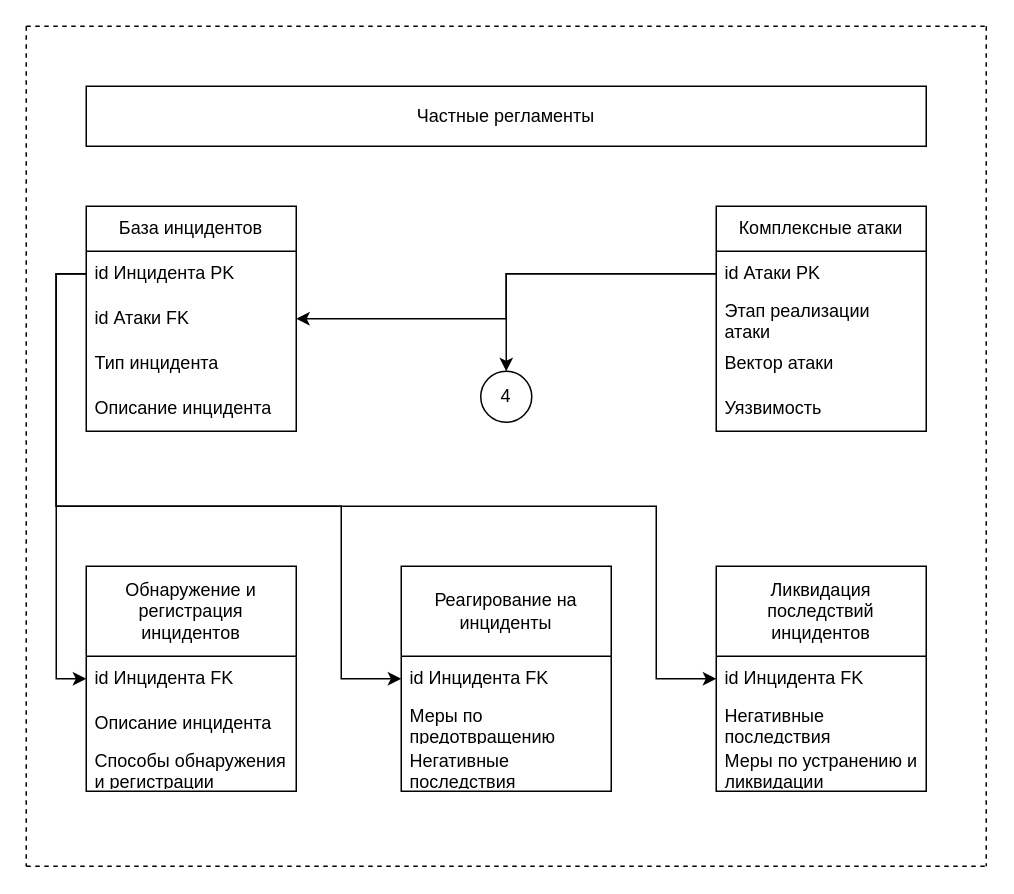
This is Частные регламенты.drawio from SmirnovBogdan8/Diplom, a draw.io file, before an edit. Source tidied: cells renumbered, new cells numbered last; positions are measured from the earlier drawing's top-left corner, leaving out a move shared by most shapes. Both pictures are drawn from the tidied source at 150%, with x=0, y=0 at pixel (26, 26).
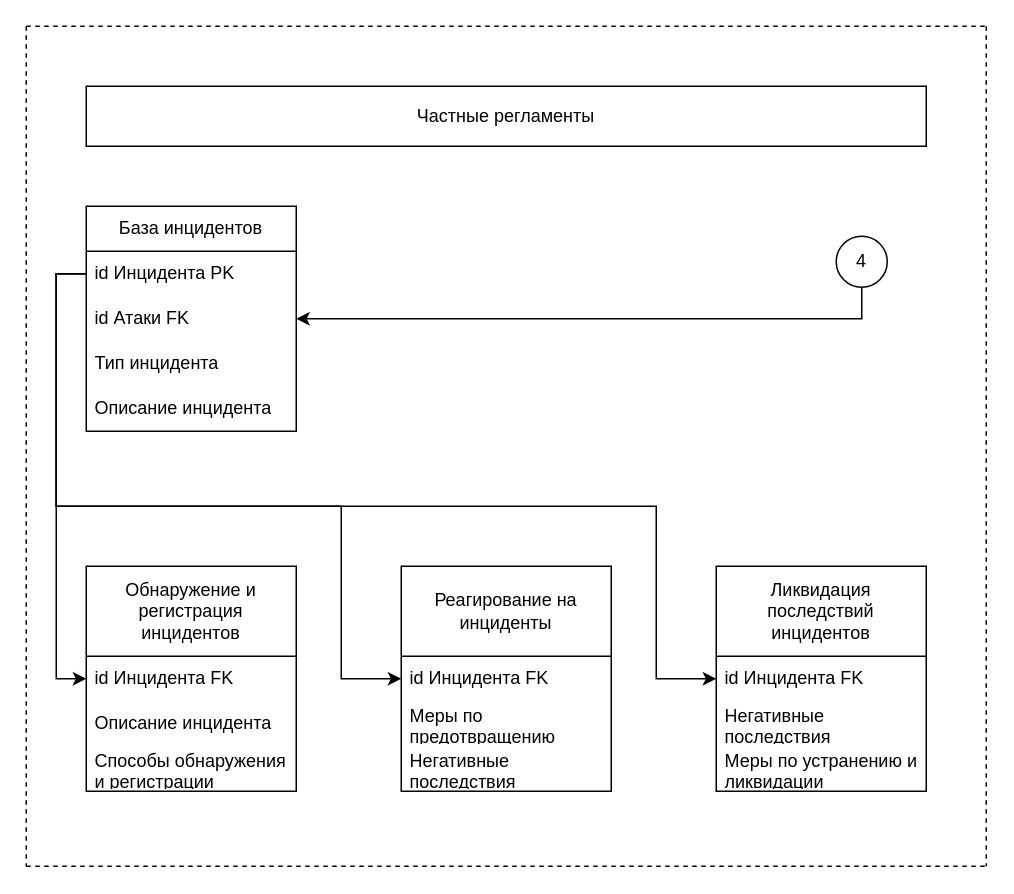
The same diagram, later.

Unchanged cells that the change refers to:
```xml
<mxCell id="13" value="id Атаки FK" style="text;strokeColor=none;fillColor=none;align=left;verticalAlign=middle;spacingLeft=4;spacingRight=4;overflow=hidden;points=[[0,0.5],[1,0.5]];portConstraint=eastwest;whiteSpace=wrap;html=1;" parent="11" vertex="1">
  <mxGeometry y="60" width="140" height="30" as="geometry" />
</mxCell>
```

Change to the diagram source:
```diff
@@
-    <mxCell id="24" value="Комплексные атаки" style="swimlane;fontStyle=0;horizontal=1;startSize=30;whiteSpace=wrap;html=1;" parent="1" vertex="1">
-      <mxGeometry x="460" y="120" width="140" height="150" as="geometry" />
-    </mxCell>
-    <mxCell id="25" value="id Атаки PK" style="text;strokeColor=none;fillColor=none;align=left;verticalAlign=middle;spacingLeft=4;spacingRight=4;overflow=hidden;points=[[0,0.5],[1,0.5]];portConstraint=eastwest;whiteSpace=wrap;html=1;" parent="24" vertex="1">
-      <mxGeometry y="30" width="140" height="30" as="geometry" />
-    </mxCell>
-    <mxCell id="26" value="Этап реализации атаки" style="text;strokeColor=none;fillColor=none;align=left;verticalAlign=middle;spacingLeft=4;spacingRight=4;overflow=hidden;whiteSpace=wrap;html=1;" parent="24" vertex="1">
-      <mxGeometry y="60" width="140" height="30" as="geometry" />
-    </mxCell>
-    <mxCell id="27" value="Вектор атаки" style="text;strokeColor=none;fillColor=none;align=left;verticalAlign=middle;spacingLeft=4;spacingRight=4;overflow=hidden;whiteSpace=wrap;html=1;" parent="24" vertex="1">
-      <mxGeometry y="90" width="140" height="30" as="geometry" />
-    </mxCell>
-    <mxCell id="28" value="Уязвимость" style="text;strokeColor=none;fillColor=none;align=left;verticalAlign=middle;spacingLeft=4;spacingRight=4;overflow=hidden;whiteSpace=wrap;html=1;" parent="24" vertex="1">
-      <mxGeometry y="120" width="140" height="30" as="geometry" />
-    </mxCell>
-    <mxCell id="29" style="edgeStyle=orthogonalEdgeStyle;rounded=0;jettySize=auto;html=1;exitX=0;exitY=0.5;exitDx=0;exitDy=0;entryX=1;entryY=0.5;entryDx=0;entryDy=0;" parent="1" edge="1" source="25" target="13">
-      <mxGeometry relative="1" as="geometry" />
-    </mxCell>
@@
+    <mxCell id="35" style="edgeStyle=orthogonalEdgeStyle;rounded=0;jettySize=auto;html=1;entryX=1;entryY=0.5;entryDx=0;entryDy=0;" parent="1" edge="1" source="33" target="13">
+      <mxGeometry relative="1" as="geometry" />
+    </mxCell>
     <mxCell id="33" value="4" style="ellipse;whiteSpace=wrap;html=1;" parent="1" vertex="1">
-      <mxGeometry x="303" y="230" width="34" height="34" as="geometry" />
+      <mxGeometry x="540" y="140" width="34" height="34" as="geometry" />
     </mxCell>
-    <mxCell id="34" style="edgeStyle=orthogonalEdgeStyle;rounded=0;jettySize=auto;html=1;entryX=0.5;entryY=0;entryDx=0;entryDy=0;" parent="1" edge="1" source="25" target="33">
-      <mxGeometry relative="1" as="geometry" />
-    </mxCell>
```
